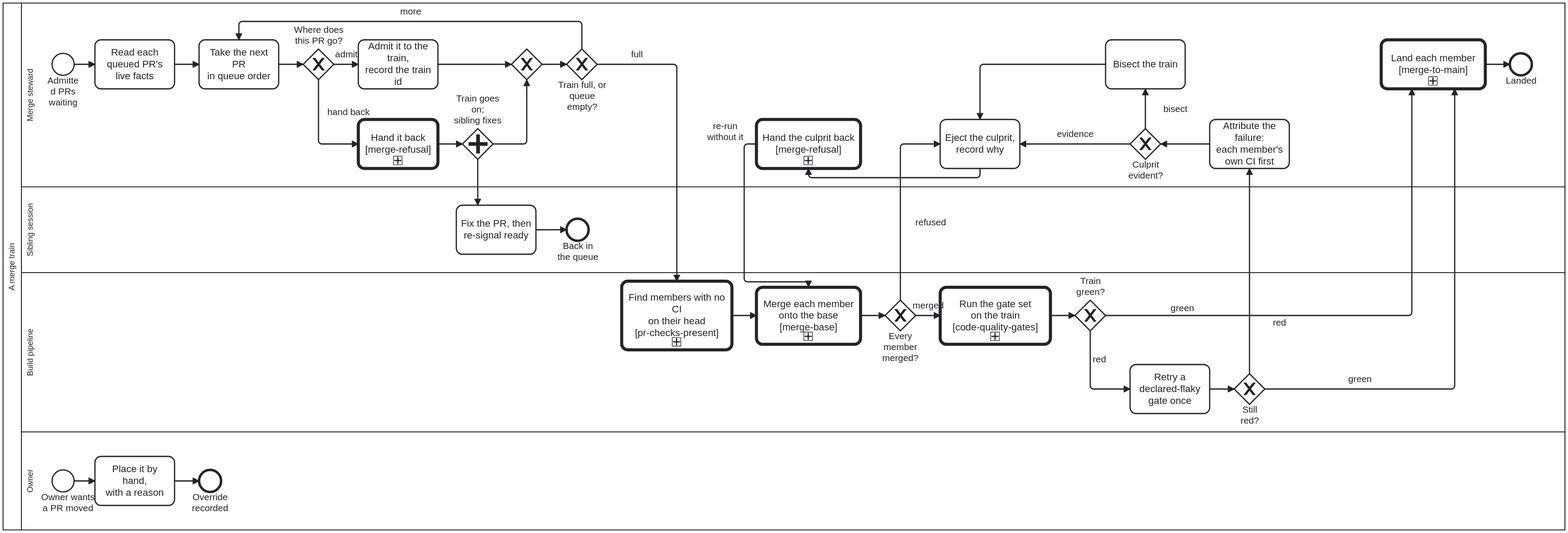
The BPMN diagram docs/assets/img/workflows/merge-train.svg in litlfred/cat-harness, before a commit. Its source is kept beside it as processes/sdlc/merge-train.bpmn. Ids are renumbered.
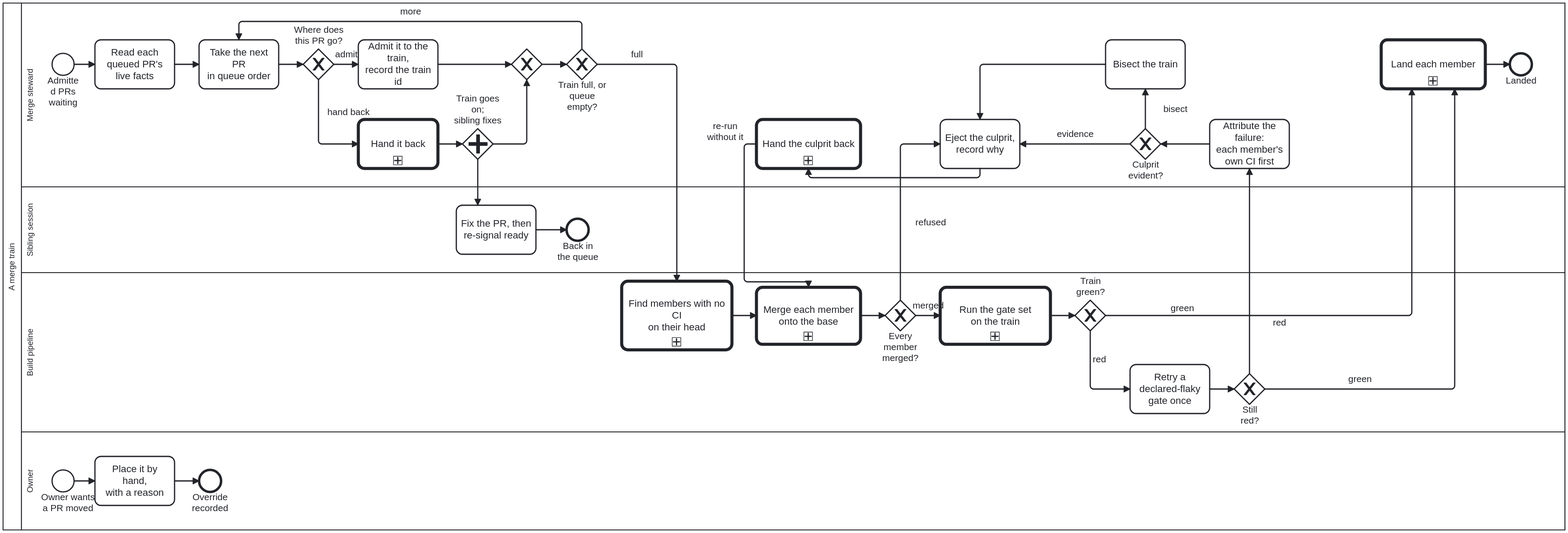
The same file after the commit.

Diff of the diagram source:
```diff
@@ -110,7 +110,7 @@
       <bpmn:incoming>t4</bpmn:incoming>
       <bpmn:outgoing>t6</bpmn:outgoing>
     </bpmn:task>
-    <bpmn:callActivity id="Call_HandBack" name="Hand it back&#10;[merge-refusal]" calledElement="Process_MergeRefusal">
+    <bpmn:callActivity id="Call_HandBack" name="Hand it back" calledElement="Process_MergeRefusal">
       <bpmn:documentation>`merge-refusal.bpmn` (PR #1888, bean `zacz`): a bean under the right epic, a hand-back to the owning session with a fail condition (agent-handoff, #1884), or a dispatch when nobody owns it. R4: the PR returns with its reason.</bpmn:documentation>
       <bpmn:extensionElements>
         <bootstrap.processes:skill ref="merge-conflict-patterns"/>
@@ -149,7 +149,7 @@
       <bpmn:incoming>t21</bpmn:incoming>
     </bpmn:endEvent>
 
-    <bpmn:callActivity id="Call_ChecksPresent" name="Find members with no CI&#10;on their head&#10;[pr-checks-present]" calledElement="Process_PrChecksPresent">
+    <bpmn:callActivity id="Call_ChecksPresent" name="Find members with no CI&#10;on their head" calledElement="Process_PrChecksPresent">
       <bpmn:documentation>GitHub runs no `pull_request` CI while a PR conflicts, so a member can arrive with nothing on its head (bean `u7be` item 3). That member is T2's first suspect if the train goes red.</bpmn:documentation>
       <bpmn:extensionElements>
         <bootstrap.processes:skill ref="ci-health"/>
@@ -158,7 +158,7 @@
       <bpmn:incoming>t11</bpmn:incoming>
       <bpmn:outgoing>t12</bpmn:outgoing>
     </bpmn:callActivity>
-    <bpmn:callActivity id="Call_MergeMembers" name="Merge each member&#10;onto the base&#10;[merge-base]" calledElement="Process_MergeBase">
+    <bpmn:callActivity id="Call_MergeMembers" name="Merge each member&#10;onto the base" calledElement="Process_MergeBase">
       <bpmn:documentation>`merge-base.bpmn` once per member, in order, `--no-regen`; then ONE `bun run cat regen` over the result. Tool: `merge:train`. Always onto the current base, never a cached one (R5).</bpmn:documentation>
       <bpmn:extensionElements>
         <bootstrap.processes:skill ref="prepare-merge"/>
@@ -174,7 +174,7 @@
       <bpmn:outgoing>t14</bpmn:outgoing>
       <bpmn:outgoing>t15</bpmn:outgoing>
     </bpmn:exclusiveGateway>
-    <bpmn:callActivity id="Call_Gates" name="Run the gate set&#10;on the train&#10;[code-quality-gates]" calledElement="Process_CodeQualityGates">
+    <bpmn:callActivity id="Call_Gates" name="Run the gate set&#10;on the train" calledElement="Process_CodeQualityGates">
       <bpmn:documentation>Every gate CI runs, on the combination (R2): a member that passes alone can still break `main` with another. The merge-gate epic (`nok9`, #1887) adds its gates here when they land. The release security gate (`bun run cat security:gate`, bean `ieum`) is one of them: it runs inside the gate set, so no train merges past a blocking security finding or a security check that could not run.</bpmn:documentation>
       <bpmn:extensionElements>
         <bootstrap.processes:skill ref="platform-gates"/>
@@ -240,7 +240,7 @@
       <bpmn:incoming>t27</bpmn:incoming>
       <bpmn:outgoing>t30</bpmn:outgoing>
     </bpmn:task>
-    <bpmn:callActivity id="Call_EjectHandBack" name="Hand the culprit back&#10;[merge-refusal]" calledElement="Process_MergeRefusal">
+    <bpmn:callActivity id="Call_EjectHandBack" name="Hand the culprit back" calledElement="Process_MergeRefusal">
       <bpmn:documentation>The same hand-back as a refused placement (#1888), carrying the ejection's evidence (R4). Then the train re-runs without it.</bpmn:documentation>
       <bpmn:extensionElements>
         <bootstrap.processes:skill ref="merge-conflict-patterns"/>
@@ -250,7 +250,7 @@
       <bpmn:outgoing>t31</bpmn:outgoing>
     </bpmn:callActivity>
 
-    <bpmn:callActivity id="Call_MergeToMain" name="Land each member&#10;[merge-to-main]" calledElement="Process_MergeToMain">
+    <bpmn:callActivity id="Call_MergeToMain" name="Land each member" calledElement="Process_MergeToMain">
       <bpmn:documentation>Once per member, in train order, at the SHA the train's gate set tested. `merge-to-main.bpmn` is where merging is a step with its own gate: it reads the head's evidence live (the train's green run is that evidence, and `merge:guard` re-evaluates it), establishes that the owner authorised THIS merge (explicitly, or by a standing ruling quoted verbatim with its date, e.g. 2026-10-01 "you may merge green PRs", which covers green heads only and only the queue as it stood), records the authorisation, merges pinned to the head, and then confirms `main`, re-pins downstream mounts and notes the bean. Until 2026-10-09 this was two steps here, `Task_Release` in the owner's lane bound to interaction-modality and `Task_Land` bound to prepare-merge; neither could refuse a merge, and neither said what happens when a repository has no CI. R1 still holds: what lands is exactly what CI tested. If `main` moved after the train's CI started, re-run rather than land. Each member's `trainId` is cleared, and its preview is then taken down by `feature-staging.bpmn`. A member the sub-process does not merge (held, refused, handed back) leaves the train with its reason on its queue entry.</bpmn:documentation>
       <bpmn:extensionElements>
         <bootstrap.processes:skill ref="merge-to-main"/>
```
